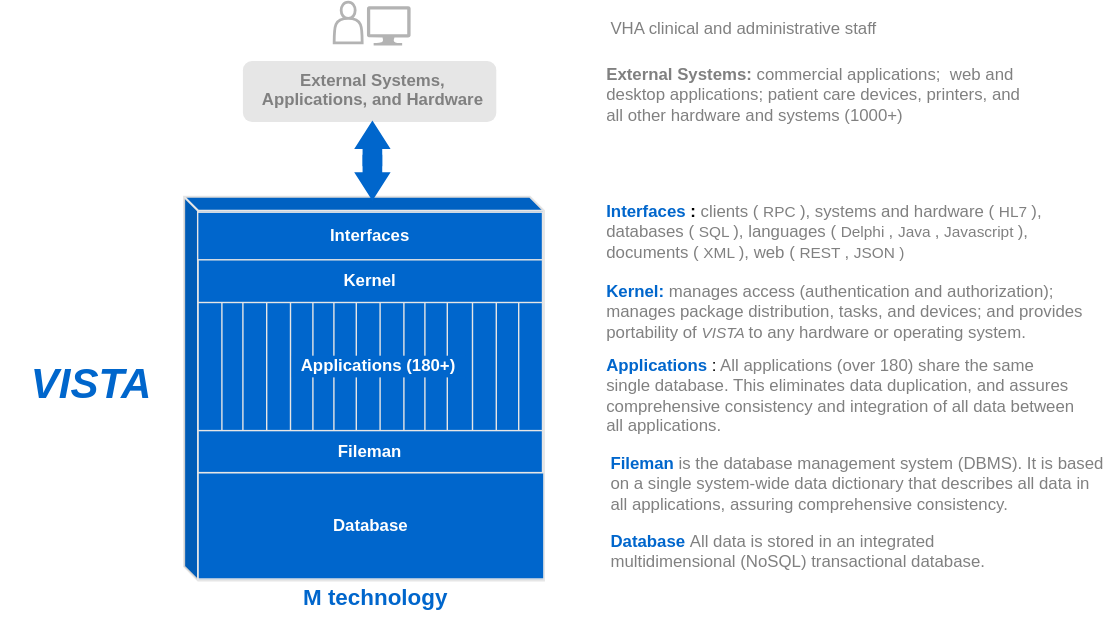
The draw.io diagram vista-arch.svg in vistadocs/architecture, before a commit. Source tidied: cells renumbered, new cells last; positions are measured from the earlier drawing's top-left corner, leaving out a move shared by most shapes. The source it was exported from:
```xml
<mxGraphModel>
  <root>
    <mxCell id="0" />
    <mxCell id="1" parent="0" />
    <mxCell id="2" style="shape=cube;whiteSpace=wrap;html=1;boundedLbl=1;backgroundOutline=1;darkOpacity=0.05;darkOpacity2=0.1;fontSize=30;size=10;fillColor=#0066CC;strokeColor=#E6E6E6;strokeWidth=1.5;" parent="1" vertex="1">
      <mxGeometry x="131" y="139" width="257" height="274" as="geometry" />
    </mxCell>
    <mxCell id="3" style="shape=table;startSize=0;strokeColor=#E6E6E6;strokeWidth=1;fontSize=11;fontColor=#808080;fillColor=#0066CC;" parent="1" vertex="1">
      <mxGeometry x="141" y="214" width="246" height="92.5" as="geometry" />
    </mxCell>
    <mxCell id="4" style="shape=tableRow;horizontal=0;startSize=0;swimlaneHead=0;swimlaneBody=0;top=0;left=0;bottom=0;right=0;fillColor=none;strokeColor=#E6E6E6;strokeWidth=0.5;fontSize=11;fontColor=#808080;" parent="3" vertex="1">
      <mxGeometry width="246" height="93" as="geometry" />
    </mxCell>
    <mxCell id="5" style="shape=partialRectangle;html=1;whiteSpace=wrap;overflow=hidden;fillColor=none;top=0;left=0;bottom=0;right=0;strokeColor=#E6E6E6;strokeWidth=0.5;fontSize=11;fontColor=#808080;" parent="4" vertex="1">
      <mxGeometry width="17" height="93" as="geometry" />
    </mxCell>
    <mxCell id="6" style="shape=partialRectangle;html=1;whiteSpace=wrap;overflow=hidden;fillColor=none;top=0;left=0;bottom=0;right=0;strokeColor=#E6E6E6;strokeWidth=0.5;fontSize=11;fontColor=#808080;" parent="4" vertex="1">
      <mxGeometry x="17" width="15" height="93" as="geometry" />
    </mxCell>
    <mxCell id="7" style="shape=partialRectangle;html=1;whiteSpace=wrap;overflow=hidden;fillColor=none;top=0;left=0;bottom=0;right=0;strokeColor=#E6E6E6;strokeWidth=0.5;fontSize=11;fontColor=#808080;" parent="4" vertex="1">
      <mxGeometry x="32" width="17" height="93" as="geometry" />
    </mxCell>
    <mxCell id="8" style="shape=partialRectangle;html=1;whiteSpace=wrap;overflow=hidden;fillColor=none;top=0;left=0;bottom=0;right=0;strokeColor=#E6E6E6;strokeWidth=0.5;fontSize=11;fontColor=#808080;" parent="4" vertex="1">
      <mxGeometry x="49" width="17" height="93" as="geometry" />
    </mxCell>
    <mxCell id="9" style="shape=partialRectangle;html=1;whiteSpace=wrap;overflow=hidden;fillColor=none;top=0;left=0;bottom=0;right=0;strokeColor=#E6E6E6;strokeWidth=0.5;fontSize=11;fontColor=#808080;" parent="4" vertex="1">
      <mxGeometry x="66" width="16" height="93" as="geometry" />
    </mxCell>
    <mxCell id="10" style="shape=partialRectangle;html=1;whiteSpace=wrap;overflow=hidden;fillColor=none;top=0;left=0;bottom=0;right=0;strokeColor=#E6E6E6;strokeWidth=0.5;fontSize=11;fontColor=#808080;" parent="4" vertex="1">
      <mxGeometry x="82" width="15" height="93" as="geometry" />
    </mxCell>
    <mxCell id="11" style="shape=partialRectangle;html=1;whiteSpace=wrap;overflow=hidden;fillColor=none;top=0;left=0;bottom=0;right=0;strokeColor=#E6E6E6;strokeWidth=0.5;fontSize=11;fontColor=#808080;" parent="4" vertex="1">
      <mxGeometry x="97" width="16" height="93" as="geometry" />
    </mxCell>
    <mxCell id="12" style="shape=partialRectangle;html=1;whiteSpace=wrap;overflow=hidden;fillColor=none;top=0;left=0;bottom=0;right=0;strokeColor=#E6E6E6;strokeWidth=0.5;fontSize=11;fontColor=#808080;" parent="4" vertex="1">
      <mxGeometry x="113" width="17" height="93" as="geometry" />
    </mxCell>
    <mxCell id="13" style="shape=partialRectangle;html=1;whiteSpace=wrap;overflow=hidden;fillColor=none;top=0;left=0;bottom=0;right=0;strokeColor=#E6E6E6;strokeWidth=0.5;fontSize=11;fontColor=#808080;" parent="4" vertex="1">
      <mxGeometry x="130" width="17" height="93" as="geometry" />
    </mxCell>
    <mxCell id="14" style="shape=partialRectangle;html=1;whiteSpace=wrap;overflow=hidden;fillColor=none;top=0;left=0;bottom=0;right=0;strokeColor=#E6E6E6;strokeWidth=0.5;fontSize=11;fontColor=#808080;" parent="4" vertex="1">
      <mxGeometry x="147" width="15" height="93" as="geometry" />
    </mxCell>
    <mxCell id="15" style="shape=partialRectangle;html=1;whiteSpace=wrap;overflow=hidden;fillColor=none;top=0;left=0;bottom=0;right=0;strokeColor=#E6E6E6;strokeWidth=0.5;fontSize=11;fontColor=#808080;" parent="4" vertex="1">
      <mxGeometry x="162" width="16" height="93" as="geometry" />
    </mxCell>
    <mxCell id="16" style="shape=partialRectangle;html=1;whiteSpace=wrap;overflow=hidden;fillColor=none;top=0;left=0;bottom=0;right=0;strokeColor=#E6E6E6;strokeWidth=0.5;fontSize=11;fontColor=#808080;" parent="4" vertex="1">
      <mxGeometry x="178" width="18" height="93" as="geometry" />
    </mxCell>
    <mxCell id="17" style="shape=partialRectangle;html=1;whiteSpace=wrap;overflow=hidden;fillColor=none;top=0;left=0;bottom=0;right=0;strokeColor=#E6E6E6;strokeWidth=0.5;fontSize=11;fontColor=#808080;" parent="4" vertex="1">
      <mxGeometry x="196" width="17" height="93" as="geometry" />
    </mxCell>
    <mxCell id="18" style="shape=partialRectangle;html=1;whiteSpace=wrap;overflow=hidden;fillColor=none;top=0;left=0;bottom=0;right=0;strokeColor=#E6E6E6;strokeWidth=0.5;fontSize=11;fontColor=#808080;" parent="4" vertex="1">
      <mxGeometry x="213" width="16" height="93" as="geometry" />
    </mxCell>
    <mxCell id="19" style="shape=partialRectangle;html=1;whiteSpace=wrap;overflow=hidden;fillColor=none;top=0;left=0;bottom=0;right=0;strokeColor=#E6E6E6;strokeWidth=0.5;fontSize=11;fontColor=#808080;" parent="4" vertex="1">
      <mxGeometry x="229" width="17" height="93" as="geometry" />
    </mxCell>
    <mxCell id="20" style="rounded=1;whiteSpace=wrap;html=1;fillColor=#E6E6E6;fontColor=#B3B3B3;strokeWidth=1;perimeterSpacing=0;strokeColor=none;" parent="1" vertex="1">
      <mxGeometry x="173" y="42" width="181" height="43.5" as="geometry" />
    </mxCell>
    <mxCell id="21" value="Database" style="whiteSpace=wrap;html=1;fontFamily=Helvetica;fillColor=#0066cc;fontStyle=1;fontColor=#ffffff;labelBorderColor=none;labelBackgroundColor=none;strokeColor=#E6E6E6;" parent="1" vertex="1">
      <mxGeometry x="141" y="336" width="247" height="76" as="geometry" />
    </mxCell>
    <mxCell id="22" value="Fileman" style="rounded=0;whiteSpace=wrap;html=1;labelBackgroundColor=none;labelBorderColor=none;fillColor=#0066cc;fontStyle=1;fontColor=#ffffff;strokeColor=#E6E6E6;" parent="1" vertex="1">
      <mxGeometry x="141" y="306" width="246" height="30" as="geometry" />
    </mxCell>
    <mxCell id="23" value="&lt;font size=&quot;1&quot; style=&quot;&quot;&gt;&lt;i style=&quot;font-size: 30px;&quot;&gt;VISTA&lt;/i&gt;&lt;/font&gt;" style="text;html=1;strokeColor=none;fillColor=none;align=center;verticalAlign=middle;whiteSpace=wrap;rounded=0;labelBackgroundColor=none;labelBorderColor=none;fontStyle=1;fontSize=35;fontColor=#0066CC;" parent="1" vertex="1">
      <mxGeometry y="240.5" width="130" height="59" as="geometry" />
    </mxCell>
    <mxCell id="24" value="Kernel" style="rounded=0;whiteSpace=wrap;html=1;labelBackgroundColor=none;labelBorderColor=none;fillColor=#0066cc;fontStyle=1;fontColor=#ffffff;strokeColor=#E6E6E6;" parent="1" vertex="1">
      <mxGeometry x="141" y="183.5" width="246" height="31" as="geometry" />
    </mxCell>
    <mxCell id="25" value="Interfaces" style="rounded=0;whiteSpace=wrap;html=1;labelBackgroundColor=none;labelBorderColor=none;fillColor=#0066cc;fontStyle=1;fontColor=#ffffff;strokeColor=#E6E6E6;" parent="1" vertex="1">
      <mxGeometry x="140.7" y="150" width="246.3" height="34" as="geometry" />
    </mxCell>
    <mxCell id="26" value="&lt;b style=&quot;font-size: 12px;&quot;&gt;&lt;font color=&quot;#0066cc&quot; style=&quot;font-size: 12px;&quot;&gt;Kernel:&amp;nbsp;&lt;/font&gt;&lt;/b&gt;&lt;font color=&quot;#808080&quot;&gt;&amp;nbsp;manages access (authentication and authorization); manages package distribution,&lt;/font&gt;&lt;span style=&quot;color: rgb(128, 128, 128);&quot;&gt;&amp;nbsp;&lt;/span&gt;&lt;font color=&quot;#808080&quot;&gt;tasks, and&amp;nbsp;&lt;/font&gt;&lt;span style=&quot;border-color: var(--border-color); color: rgb(128, 128, 128);&quot;&gt;devices;&amp;nbsp;&lt;/span&gt;&lt;font color=&quot;#808080&quot;&gt;and&amp;nbsp;&lt;/font&gt;&lt;span style=&quot;color: rgb(128, 128, 128);&quot;&gt;provides portability of &lt;i&gt;&lt;font style=&quot;font-size: 11px;&quot;&gt;VISTA&lt;/font&gt;&lt;/i&gt; to any hardware or operating system.&lt;/span&gt;&lt;font color=&quot;#808080&quot;&gt;&lt;br&gt;&lt;/font&gt;" style="text;whiteSpace=wrap;html=1;fontSize=12;align=left;" parent="1" vertex="1">
      <mxGeometry x="431" y="192.5" width="348" height="53.5" as="geometry" />
    </mxCell>
    <mxCell id="27" value="&lt;font style=&quot;&quot;&gt;&lt;b style=&quot;font-size: 12px;&quot;&gt;&lt;font color=&quot;#0066cc&quot; style=&quot;font-size: 12px;&quot;&gt;Interfaces&lt;/font&gt;:&lt;/b&gt;&amp;nbsp;&lt;font style=&quot;&quot; color=&quot;#808080&quot;&gt; clients (&lt;font style=&quot;&quot;&gt;&lt;font style=&quot;font-size: 11px;&quot;&gt;RPC&lt;/font&gt;&lt;font style=&quot;font-size: 12px;&quot;&gt;),&amp;nbsp;&amp;nbsp;&lt;/font&gt;&lt;font style=&quot;font-size: 12px;&quot;&gt;systems and hardware&lt;/font&gt;&lt;font style=&quot;&quot;&gt; (&lt;font style=&quot;font-size: 11px;&quot;&gt;HL7&lt;/font&gt;), &lt;/font&gt;&lt;font style=&quot;font-size: 12px;&quot;&gt;databases&lt;/font&gt;&lt;font style=&quot;font-size: 12px;&quot;&gt; (&lt;/font&gt;&lt;font style=&quot;font-size: 11px;&quot;&gt;SQL&lt;/font&gt;&lt;font style=&quot;font-size: 12px;&quot;&gt;), &lt;/font&gt;&lt;font style=&quot;font-size: 12px;&quot;&gt;languages&amp;nbsp;&lt;/font&gt;&lt;font style=&quot;font-size: 12px;&quot;&gt;(&lt;/font&gt;&lt;font style=&quot;font-size: 11px;&quot;&gt;Delphi&lt;/font&gt;&lt;font style=&quot;font-size: 12px;&quot;&gt;, &lt;/font&gt;&lt;font style=&quot;font-size: 11px;&quot;&gt;Java&lt;/font&gt;&lt;font style=&quot;font-size: 12px;&quot;&gt;, &lt;/font&gt;&lt;font style=&quot;font-size: 11px;&quot;&gt;Javascript&lt;/font&gt;&lt;font style=&quot;font-size: 12px;&quot;&gt;), &lt;/font&gt;&lt;font style=&quot;font-size: 12px;&quot;&gt;documents&lt;/font&gt;&amp;nbsp;&lt;font style=&quot;font-size: 12px;&quot;&gt;(&lt;/font&gt;&lt;font style=&quot;font-size: 11px;&quot;&gt;XML&lt;/font&gt;&lt;font style=&quot;font-size: 12px;&quot;&gt;), web&lt;/font&gt;&lt;/font&gt;&lt;/font&gt;&lt;/font&gt;&lt;font color=&quot;#808080&quot;&gt;&lt;font style=&quot;border-color: var(--border-color);&quot;&gt;&amp;nbsp;&lt;/font&gt;&lt;font style=&quot;border-color: var(--border-color);&quot;&gt;(&lt;/font&gt;&lt;font style=&quot;border-color: var(--border-color); font-size: 11px;&quot;&gt;REST&lt;/font&gt;&lt;font style=&quot;border-color: var(--border-color);&quot;&gt;,&amp;nbsp;&lt;/font&gt;&lt;font style=&quot;border-color: var(--border-color); font-size: 11px;&quot;&gt;&lt;font style=&quot;font-size: 11px;&quot;&gt;JSON&lt;/font&gt;)&lt;/font&gt;&lt;/font&gt;" style="text;whiteSpace=wrap;html=1;fontSize=12;align=left;" parent="1" vertex="1">
      <mxGeometry x="431" y="135.5" width="322" height="48" as="geometry" />
    </mxCell>
    <mxCell id="28" value="&lt;b style=&quot;font-size: 12px;&quot;&gt;&lt;font color=&quot;#0066cc&quot; style=&quot;font-size: 12px;&quot;&gt;Applications&lt;/font&gt;&lt;/b&gt;:&lt;font color=&quot;#808080&quot;&gt;&amp;nbsp;All applications (over 180) share the same single database. This eliminates data duplication, and assures comprehensive consistency and integration of all data between all applications.&amp;nbsp;&lt;/font&gt;" style="text;whiteSpace=wrap;html=1;fontSize=12;align=left;" parent="1" vertex="1">
      <mxGeometry x="431" y="246" width="341.5" height="66" as="geometry" />
    </mxCell>
    <mxCell id="29" value="&lt;b style=&quot;font-size: 12px;&quot;&gt;&lt;font color=&quot;#0066cc&quot; style=&quot;font-size: 12px;&quot;&gt;Fileman&lt;/font&gt;&lt;/b&gt;&amp;nbsp; &lt;font color=&quot;#808080&quot;&gt;is the database management system (DBMS). It is based on a single system-wide data dictionary that describes all data in all applications, assuring comprehensive consistency.&lt;/font&gt;" style="text;whiteSpace=wrap;html=1;fontSize=12;align=left;" parent="1" vertex="1">
      <mxGeometry x="433.5" y="316" width="355" height="45" as="geometry" />
    </mxCell>
    <mxCell id="30" value="&lt;b&gt;&lt;font color=&quot;#808080&quot;&gt;External Systems, &lt;br&gt;Applications, and Hardware&lt;/font&gt;&lt;/b&gt;" style="text;whiteSpace=wrap;html=1;fontColor=#999999;align=center;" parent="1" vertex="1">
      <mxGeometry x="163.5" y="41.5" width="204" height="40" as="geometry" />
    </mxCell>
    <mxCell id="31" value="&lt;b style=&quot;font-size: 12px;&quot;&gt;&lt;font color=&quot;#0066cc&quot; style=&quot;font-size: 12px;&quot;&gt;Database&lt;/font&gt;&lt;/b&gt;&amp;nbsp;&lt;font color=&quot;#808080&quot;&gt;All data is stored in an integrated multidimensional&amp;nbsp;&lt;/font&gt;&lt;span style=&quot;color: rgb(128, 128, 128);&quot;&gt;(NoSQL)&amp;nbsp;&lt;/span&gt;&lt;font color=&quot;#808080&quot;&gt;transactional database.&lt;/font&gt;" style="text;whiteSpace=wrap;html=1;fontSize=12;align=left;" parent="1" vertex="1">
      <mxGeometry x="433.5" y="372" width="292" height="33" as="geometry" />
    </mxCell>
    <mxCell id="32" value="&lt;b&gt;External Systems:&lt;/b&gt; commercial applications;&amp;nbsp; web and desktop applications; patient care devices, printers, and all other hardware and systems (1000+)" style="text;whiteSpace=wrap;html=1;fontSize=12;fontColor=#808080;align=left;" parent="1" vertex="1">
      <mxGeometry x="431" y="37.8" width="305" height="52" as="geometry" />
    </mxCell>
    <mxCell id="33" value="VHA clinical and administrative staff" style="text;whiteSpace=wrap;html=1;fontSize=12;fontColor=#808080;align=left;" parent="1" vertex="1">
      <mxGeometry x="433.5" y="5" width="305" height="34" as="geometry" />
    </mxCell>
    <mxCell id="34" style="sketch=0;shadow=0;dashed=0;html=1;strokeColor=none;labelPosition=center;verticalLabelPosition=bottom;verticalAlign=top;align=center;fillColor=#B3B3B3;shape=mxgraph.azure.computer;fontColor=#FFFFFF;" parent="1" vertex="1">
      <mxGeometry x="261.6" y="2.9" width="31.2" height="28.1" as="geometry" />
    </mxCell>
    <mxCell id="35" style="shape=actor;whiteSpace=wrap;html=1;strokeColor=#B3B3B3;strokeWidth=2;" parent="1" vertex="1">
      <mxGeometry x="238.2" width="20" height="29" as="geometry" />
    </mxCell>
    <mxCell id="36" style="html=1;shadow=0;dashed=0;align=center;verticalAlign=middle;shape=mxgraph.arrows2.arrow;dy=0.46;dx=20.3;direction=south;notch=0;strokeColor=none;strokeWidth=1;fontSize=12;fontColor=#808080;fillColor=#0066CC;" parent="1" vertex="1">
      <mxGeometry x="252.5" y="109" width="26" height="32.8" as="geometry" />
    </mxCell>
    <mxCell id="37" value="M technology" style="text;html=1;strokeColor=none;fillColor=none;align=center;verticalAlign=middle;whiteSpace=wrap;rounded=0;labelBackgroundColor=none;labelBorderColor=none;fontStyle=1;fontSize=16;fontColor=#0066CC;" parent="1" vertex="1">
      <mxGeometry x="164.5" y="405" width="206" height="40" as="geometry" />
    </mxCell>
    <mxCell id="38" value="Applications (180+)" style="rounded=0;whiteSpace=wrap;html=1;labelBackgroundColor=none;labelBorderColor=none;fillColor=#0066cc;fontStyle=1;fontColor=#ffffff;strokeColor=none;" parent="1" vertex="1">
      <mxGeometry x="208" y="252.5" width="124" height="15.5" as="geometry" />
    </mxCell>
    <mxCell id="39" style="html=1;shadow=0;dashed=0;align=center;verticalAlign=middle;shape=mxgraph.arrows2.arrow;dy=0.46;dx=20.3;direction=south;notch=0;strokeColor=none;strokeWidth=1;fontSize=12;fontColor=#808080;fillColor=#0066CC;flipV=1;" parent="1" vertex="1">
      <mxGeometry x="252.5" y="84.5" width="26" height="32.8" as="geometry" />
    </mxCell>
  </root>
</mxGraphModel>
```
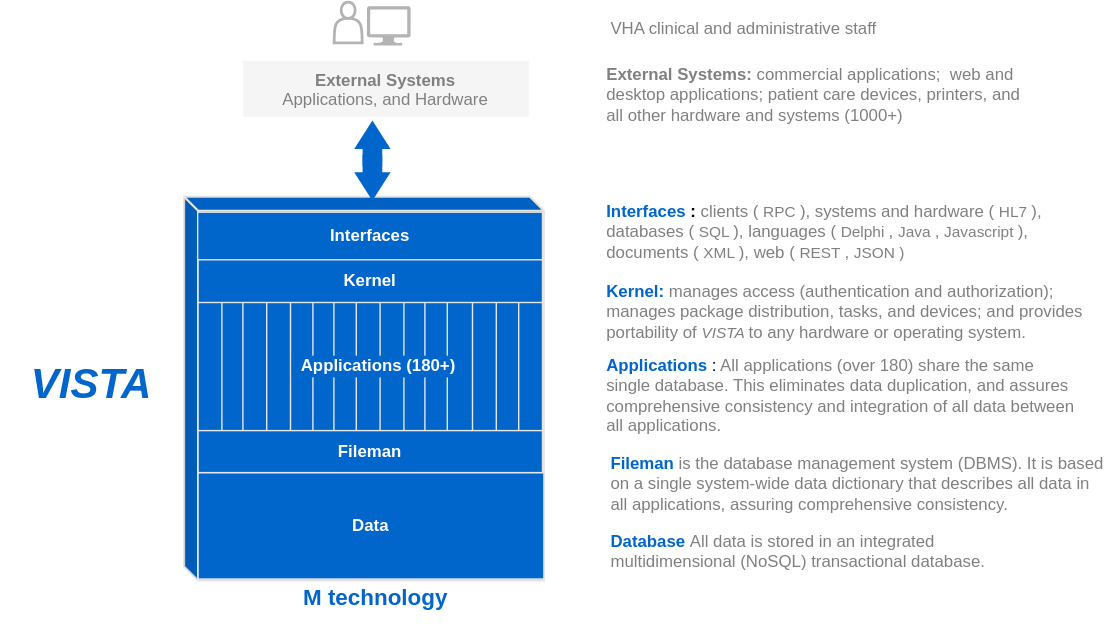
The same diagram one commit later.

The edit, as a diff of the source:
```diff
@@ -56,10 +56,7 @@
     <mxCell id="19" style="shape=partialRectangle;html=1;whiteSpace=wrap;overflow=hidden;fillColor=none;top=0;left=0;bottom=0;right=0;strokeColor=#E6E6E6;strokeWidth=0.5;fontSize=11;fontColor=#808080;" parent="4" vertex="1">
       <mxGeometry x="229" width="17" height="93" as="geometry" />
     </mxCell>
-    <mxCell id="20" style="rounded=1;whiteSpace=wrap;html=1;fillColor=#E6E6E6;fontColor=#B3B3B3;strokeWidth=1;perimeterSpacing=0;strokeColor=none;" parent="1" vertex="1">
-      <mxGeometry x="173" y="42" width="181" height="43.5" as="geometry" />
-    </mxCell>
-    <mxCell id="21" value="Database" style="whiteSpace=wrap;html=1;fontFamily=Helvetica;fillColor=#0066cc;fontStyle=1;fontColor=#ffffff;labelBorderColor=none;labelBackgroundColor=none;strokeColor=#E6E6E6;" parent="1" vertex="1">
+    <mxCell id="21" value="Data" style="whiteSpace=wrap;html=1;fontFamily=Helvetica;fillColor=#0066cc;fontStyle=1;fontColor=#ffffff;labelBorderColor=none;labelBackgroundColor=none;strokeColor=#E6E6E6;" parent="1" vertex="1">
       <mxGeometry x="141" y="336" width="247" height="76" as="geometry" />
     </mxCell>
     <mxCell id="22" value="Fileman" style="rounded=0;whiteSpace=wrap;html=1;labelBackgroundColor=none;labelBorderColor=none;fillColor=#0066cc;fontStyle=1;fontColor=#ffffff;strokeColor=#E6E6E6;" parent="1" vertex="1">
@@ -86,8 +83,8 @@
     <mxCell id="29" value="&lt;b style=&quot;font-size: 12px;&quot;&gt;&lt;font color=&quot;#0066cc&quot; style=&quot;font-size: 12px;&quot;&gt;Fileman&lt;/font&gt;&lt;/b&gt;&amp;nbsp; &lt;font color=&quot;#808080&quot;&gt;is the database management system (DBMS). It is based on a single system-wide data dictionary that describes all data in all applications, assuring comprehensive consistency.&lt;/font&gt;" style="text;whiteSpace=wrap;html=1;fontSize=12;align=left;" parent="1" vertex="1">
       <mxGeometry x="433.5" y="316" width="355" height="45" as="geometry" />
     </mxCell>
-    <mxCell id="30" value="&lt;b&gt;&lt;font color=&quot;#808080&quot;&gt;External Systems, &lt;br&gt;Applications, and Hardware&lt;/font&gt;&lt;/b&gt;" style="text;whiteSpace=wrap;html=1;fontColor=#999999;align=center;" parent="1" vertex="1">
-      <mxGeometry x="163.5" y="41.5" width="204" height="40" as="geometry" />
+    <mxCell id="30" value="&lt;font style=&quot;&quot; color=&quot;#808080&quot;&gt;&lt;b&gt;External Systems&lt;/b&gt;&lt;br&gt;Applications, and Hardware&lt;/font&gt;" style="text;whiteSpace=wrap;html=1;fontColor=#999999;align=center;fillColor=#F5F5F5;" parent="1" vertex="1">
+      <mxGeometry x="173.2" y="41.8" width="204" height="40" as="geometry" />
     </mxCell>
     <mxCell id="31" value="&lt;b style=&quot;font-size: 12px;&quot;&gt;&lt;font color=&quot;#0066cc&quot; style=&quot;font-size: 12px;&quot;&gt;Database&lt;/font&gt;&lt;/b&gt;&amp;nbsp;&lt;font color=&quot;#808080&quot;&gt;All data is stored in an integrated multidimensional&amp;nbsp;&lt;/font&gt;&lt;span style=&quot;color: rgb(128, 128, 128);&quot;&gt;(NoSQL)&amp;nbsp;&lt;/span&gt;&lt;font color=&quot;#808080&quot;&gt;transactional database.&lt;/font&gt;" style="text;whiteSpace=wrap;html=1;fontSize=12;align=left;" parent="1" vertex="1">
       <mxGeometry x="433.5" y="372" width="292" height="33" as="geometry" />
```
